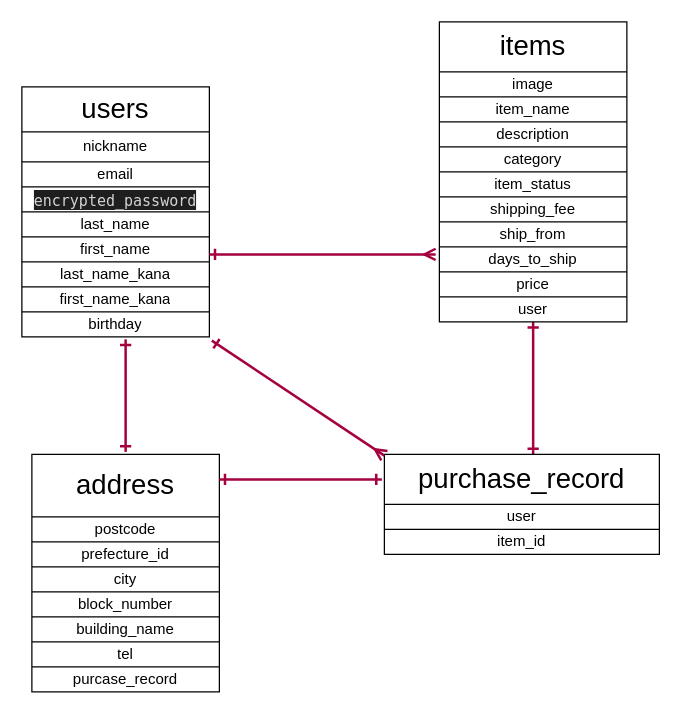
Earlier version of the draw.io diagram er.dio (splashkida/furima-29608). Source tidied: cells renumbered, new cells numbered last; positions are measured from the earlier drawing's top-left corner, leaving out a move shared by most shapes. Both pictures are drawn from the tidied source at 125%, with x=0, y=0 at pixel (21, 21).
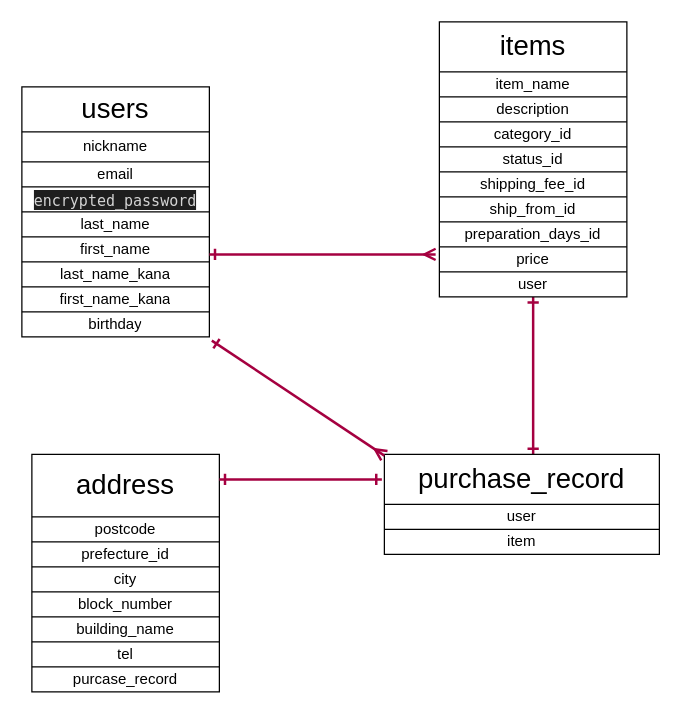
The same diagram, later.

The change refers to these unchanged cells:
```xml
<mxCell id="45" style="shape=partialRectangle;html=1;whiteSpace=wrap;fillColor=none;top=0;left=0;bottom=0;right=0;" parent="40" vertex="1">
  <mxGeometry y="60" width="220" height="20" as="geometry" />
</mxCell>
```

Change to the diagram source:
```diff
@@
-    <mxCell id="3" style="edgeStyle=orthogonalEdgeStyle;rounded=1;orthogonalLoop=1;jettySize=auto;html=1;startArrow=ERone;startFill=0;endArrow=ERone;endFill=0;targetPerimeterSpacing=0;fontSize=20;fillColor=#d80073;strokeColor=#A50040;strokeWidth=2;" parent="1" edge="1">
-      <mxGeometry relative="1" as="geometry">
-        <mxPoint x="83" y="344" as="sourcePoint" />
-        <mxPoint x="83" y="254" as="targetPoint" />
-      </mxGeometry>
-    </mxCell>
@@
-    <mxCell id="46" value="item_id" style="shape=partialRectangle;html=1;whiteSpace=wrap;overflow=hidden;fillColor=none;top=0;left=0;bottom=0;right=0;" parent="45" vertex="1">
+    <mxCell id="46" value="item" style="shape=partialRectangle;html=1;whiteSpace=wrap;overflow=hidden;fillColor=none;top=0;left=0;bottom=0;right=0;" parent="45" vertex="1">
       <mxGeometry width="220" height="20" as="geometry" />
     </mxCell>
@@
     <mxCell id="49" style="shape=table;html=1;whiteSpace=wrap;startSize=0;childLayout=tableLayout;" parent="1" vertex="1">
-      <mxGeometry x="334" width="150" height="240" as="geometry" />
+      <mxGeometry x="334" width="150" height="220" as="geometry" />
     </mxCell>
@@
-    <mxCell id="52" style="shape=partialRectangle;html=1;whiteSpace=wrap;fillColor=none;top=0;left=0;bottom=0;right=0;" parent="49" vertex="1">
-      <mxGeometry y="40" width="150" height="20" as="geometry" />
-    </mxCell>
-    <mxCell id="53" value="image" style="shape=partialRectangle;html=1;whiteSpace=wrap;overflow=hidden;fillColor=none;top=0;left=0;bottom=0;right=0;" parent="52" vertex="1">
-      <mxGeometry width="150" height="20" as="geometry" />
-    </mxCell>
     <mxCell id="54" style="shape=partialRectangle;html=1;whiteSpace=wrap;fillColor=none;top=0;left=0;bottom=0;right=0;" parent="49" vertex="1">
-      <mxGeometry y="60" width="150" height="20" as="geometry" />
+      <mxGeometry y="40" width="150" height="20" as="geometry" />
     </mxCell>
@@
     <mxCell id="56" style="shape=partialRectangle;html=1;whiteSpace=wrap;fillColor=none;top=0;left=0;bottom=0;right=0;" parent="49" vertex="1">
-      <mxGeometry y="80" width="150" height="20" as="geometry" />
+      <mxGeometry y="60" width="150" height="20" as="geometry" />
     </mxCell>
@@
     <mxCell id="58" style="shape=partialRectangle;html=1;whiteSpace=wrap;fillColor=none;top=0;left=0;bottom=0;right=0;" parent="49" vertex="1">
-      <mxGeometry y="100" width="150" height="20" as="geometry" />
+      <mxGeometry y="80" width="150" height="20" as="geometry" />
     </mxCell>
-    <mxCell id="59" value="category" style="shape=partialRectangle;html=1;whiteSpace=wrap;overflow=hidden;fillColor=none;top=0;left=0;bottom=0;right=0;" parent="58" vertex="1">
+    <mxCell id="59" value="category_id" style="shape=partialRectangle;html=1;whiteSpace=wrap;overflow=hidden;fillColor=none;top=0;left=0;bottom=0;right=0;" parent="58" vertex="1">
       <mxGeometry width="150" height="20" as="geometry" />
     </mxCell>
     <mxCell id="60" style="shape=partialRectangle;html=1;whiteSpace=wrap;fillColor=none;top=0;left=0;bottom=0;right=0;" parent="49" vertex="1">
-      <mxGeometry y="120" width="150" height="20" as="geometry" />
+      <mxGeometry y="100" width="150" height="20" as="geometry" />
     </mxCell>
-    <mxCell id="61" value="item_status" style="shape=partialRectangle;html=1;whiteSpace=wrap;overflow=hidden;fillColor=none;top=0;left=0;bottom=0;right=0;" parent="60" vertex="1">
+    <mxCell id="61" value="status_id" style="shape=partialRectangle;html=1;whiteSpace=wrap;overflow=hidden;fillColor=none;top=0;left=0;bottom=0;right=0;" parent="60" vertex="1">
       <mxGeometry width="150" height="20" as="geometry" />
     </mxCell>
     <mxCell id="62" style="shape=partialRectangle;html=1;whiteSpace=wrap;fillColor=none;top=0;left=0;bottom=0;right=0;" parent="49" vertex="1">
-      <mxGeometry y="140" width="150" height="20" as="geometry" />
+      <mxGeometry y="120" width="150" height="20" as="geometry" />
     </mxCell>
-    <mxCell id="63" value="shipping_fee" style="shape=partialRectangle;html=1;whiteSpace=wrap;overflow=hidden;fillColor=none;top=0;left=0;bottom=0;right=0;" parent="62" vertex="1">
+    <mxCell id="63" value="shipping_fee_id" style="shape=partialRectangle;html=1;whiteSpace=wrap;overflow=hidden;fillColor=none;top=0;left=0;bottom=0;right=0;" parent="62" vertex="1">
       <mxGeometry width="150" height="20" as="geometry" />
     </mxCell>
     <mxCell id="64" style="shape=partialRectangle;html=1;whiteSpace=wrap;fillColor=none;top=0;left=0;bottom=0;right=0;" parent="49" vertex="1">
-      <mxGeometry y="160" width="150" height="20" as="geometry" />
+      <mxGeometry y="140" width="150" height="20" as="geometry" />
     </mxCell>
-    <mxCell id="65" value="ship_from" style="shape=partialRectangle;html=1;whiteSpace=wrap;overflow=hidden;fillColor=none;top=0;left=0;bottom=0;right=0;" parent="64" vertex="1">
+    <mxCell id="65" value="ship_from_id" style="shape=partialRectangle;html=1;whiteSpace=wrap;overflow=hidden;fillColor=none;top=0;left=0;bottom=0;right=0;" parent="64" vertex="1">
       <mxGeometry width="150" height="20" as="geometry" />
     </mxCell>
     <mxCell id="66" style="shape=partialRectangle;html=1;whiteSpace=wrap;fillColor=none;top=0;left=0;bottom=0;right=0;" parent="49" vertex="1">
-      <mxGeometry y="180" width="150" height="20" as="geometry" />
+      <mxGeometry y="160" width="150" height="20" as="geometry" />
     </mxCell>
-    <mxCell id="67" value="days_to_ship" style="shape=partialRectangle;html=1;whiteSpace=wrap;overflow=hidden;fillColor=none;top=0;left=0;bottom=0;right=0;" parent="66" vertex="1">
+    <mxCell id="67" value="preparation_days_id" style="shape=partialRectangle;html=1;whiteSpace=wrap;overflow=hidden;fillColor=none;top=0;left=0;bottom=0;right=0;" parent="66" vertex="1">
       <mxGeometry width="150" height="20" as="geometry" />
     </mxCell>
     <mxCell id="68" style="shape=partialRectangle;html=1;whiteSpace=wrap;fillColor=none;top=0;left=0;bottom=0;right=0;" parent="49" vertex="1">
-      <mxGeometry y="200" width="150" height="20" as="geometry" />
+      <mxGeometry y="180" width="150" height="20" as="geometry" />
     </mxCell>
@@
     <mxCell id="70" style="shape=partialRectangle;html=1;whiteSpace=wrap;fillColor=none;top=0;left=0;bottom=0;right=0;" parent="49" vertex="1">
-      <mxGeometry y="220" width="150" height="20" as="geometry" />
+      <mxGeometry y="200" width="150" height="20" as="geometry" />
     </mxCell>
```
